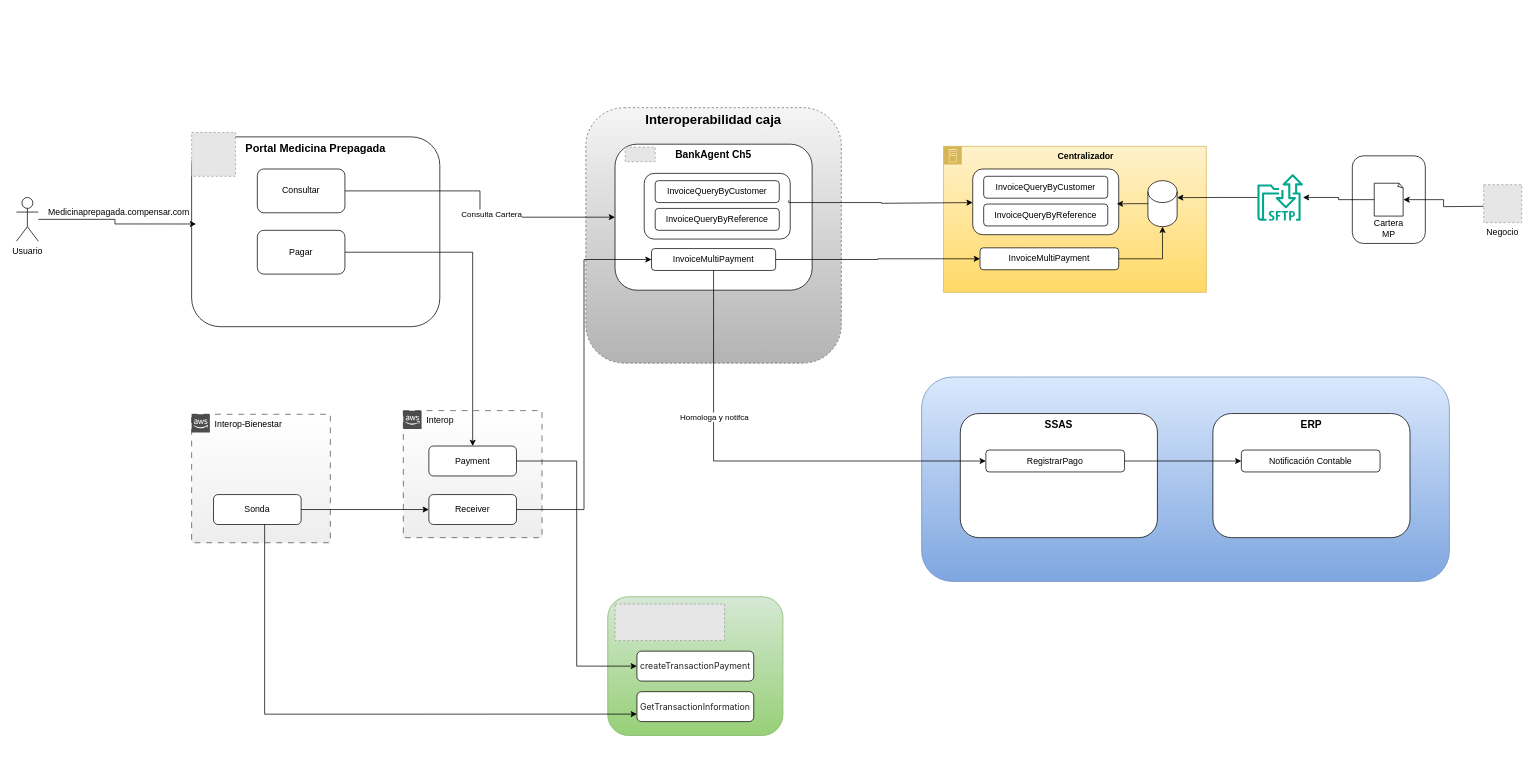
Above: page "Page-2" (2 of 2) of MedicinaPrepagada.drawio in carlosvalderrama1204/diagrams (draw.io), before the change. Source tidied: cells renumbered, new cells numbered last; positions are measured from the earlier drawing's top-left corner, leaving out a move shared by most shapes. Both pictures are drawn from the tidied source at 73%, with x=0, y=0 at pixel (16, 12). Pictures stored in the file or linked from it are replaced by grey dashed boxes.
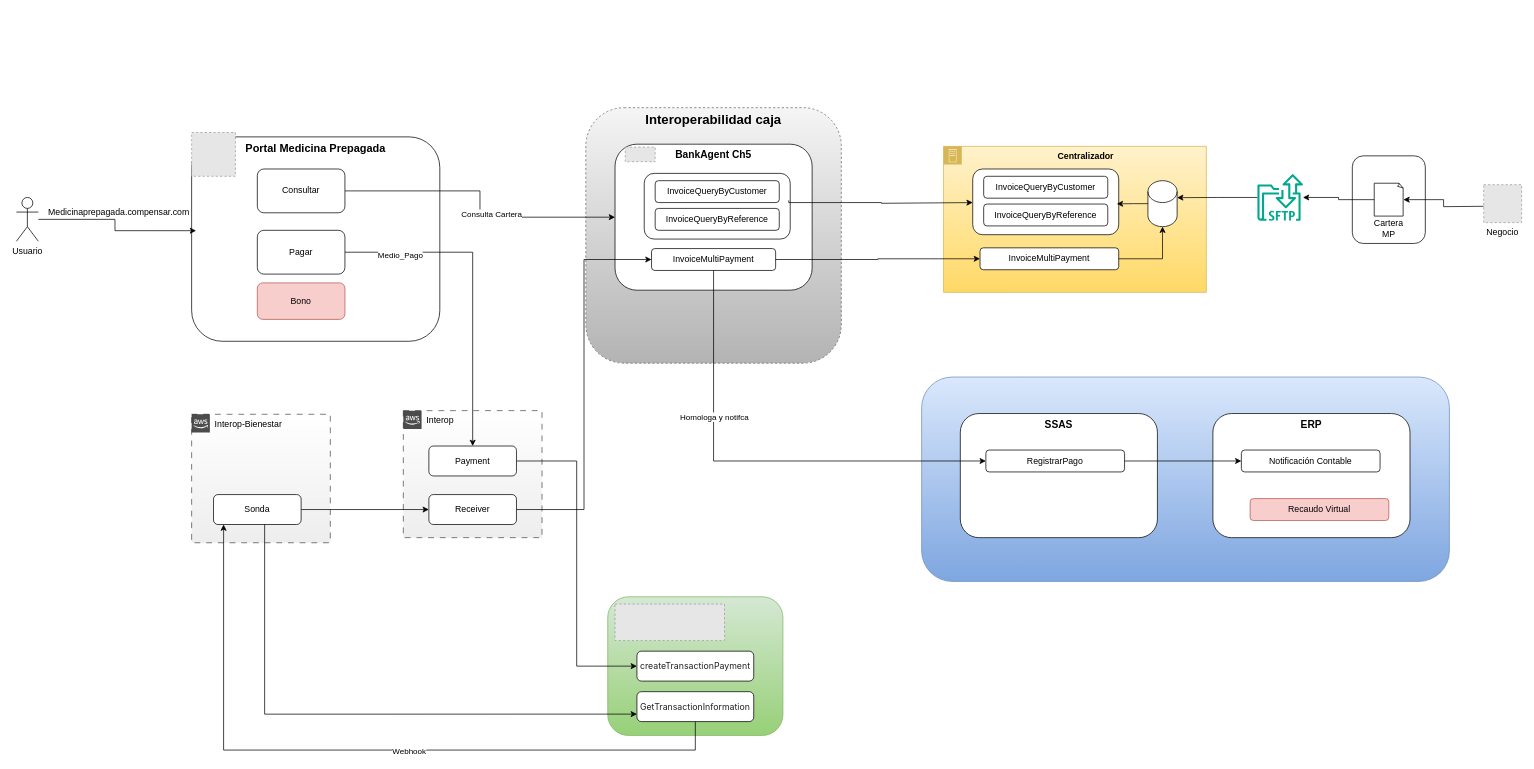
The same page after the edit.

The change refers to these unchanged cells:
```xml
<mxCell id="43" value="Sonda" style="rounded=1;whiteSpace=wrap;html=1;" parent="1" vertex="1">
  <mxGeometry x="270" y="660" width="120" height="41" as="geometry" />
</mxCell>
<mxCell id="46" value="&lt;span style=&quot;color: rgb(33, 33, 33); font-family: Inter, system-ui, -apple-system, BlinkMacSystemFont, &amp;quot;Segoe UI&amp;quot;, Roboto, Oxygen, Ubuntu, Cantarell, &amp;quot;Fira Sans&amp;quot;, &amp;quot;Droid Sans&amp;quot;, Helvetica, Arial, sans-serif; text-align: left; white-space-collapse: preserve; background-color: rgb(255, 255, 255);&quot;&gt;GetTransactionInformation&lt;/span&gt;" style="rounded=1;whiteSpace=wrap;html=1;" parent="1" vertex="1">
  <mxGeometry x="850" y="930" width="160" height="41" as="geometry" />
</mxCell>
<mxCell id="48" style="edgeStyle=orthogonalEdgeStyle;rounded=0;jettySize=auto;html=1;" parent="1" edge="1" source="49" target="51">
  <mxGeometry relative="1" as="geometry" />
</mxCell>
```

Diff of the diagram source:
```diff
@@
     <mxCell id="2" value="Portal Medicina Prepagada" style="rounded=1;whiteSpace=wrap;html=1;fontStyle=1;verticalAlign=top;fontSize=15;" parent="1" vertex="1">
-      <mxGeometry x="240" y="170" width="340" height="260" as="geometry" />
+      <mxGeometry x="240" y="170" width="340" height="280" as="geometry" />
     </mxCell>
@@
+    <mxCell id="58" value="Medio_Pago" style="edgeLabel;html=1;align=center;verticalAlign=middle;" parent="48" vertex="1">
+      <mxGeometry x="-0.66" y="-3" relative="1" as="geometry" />
+    </mxCell>
@@
+    <mxCell id="59" style="edgeStyle=orthogonalEdgeStyle;rounded=0;jettySize=auto;html=1;entryX=0.115;entryY=1;entryDx=0;entryDy=0;entryPerimeter=0;" parent="1" edge="1" source="46" target="43">
+      <mxGeometry relative="1" as="geometry">
+        <Array as="points">
+          <mxPoint x="930" y="1010" />
+          <mxPoint x="284" y="1010" />
+        </Array>
+      </mxGeometry>
+    </mxCell>
+    <mxCell id="60" value="Webhook" style="edgeLabel;html=1;align=center;verticalAlign=middle;" parent="59" vertex="1">
+      <mxGeometry x="-0.13" y="1" relative="1" as="geometry" />
+    </mxCell>
+    <mxCell id="61" value="Recaudo Virtual" style="rounded=1;whiteSpace=wrap;html=1;fillColor=#f8cecc;strokeColor=#b85450;" parent="1" vertex="1">
+      <mxGeometry x="1690" y="665.5" width="190" height="30" as="geometry" />
+    </mxCell>
+    <mxCell id="62" value="Bono" style="rounded=1;whiteSpace=wrap;html=1;fillColor=#f8cecc;strokeColor=#b85450;" parent="1" vertex="1">
+      <mxGeometry x="330" y="370" width="120" height="50" as="geometry" />
+    </mxCell>
```
